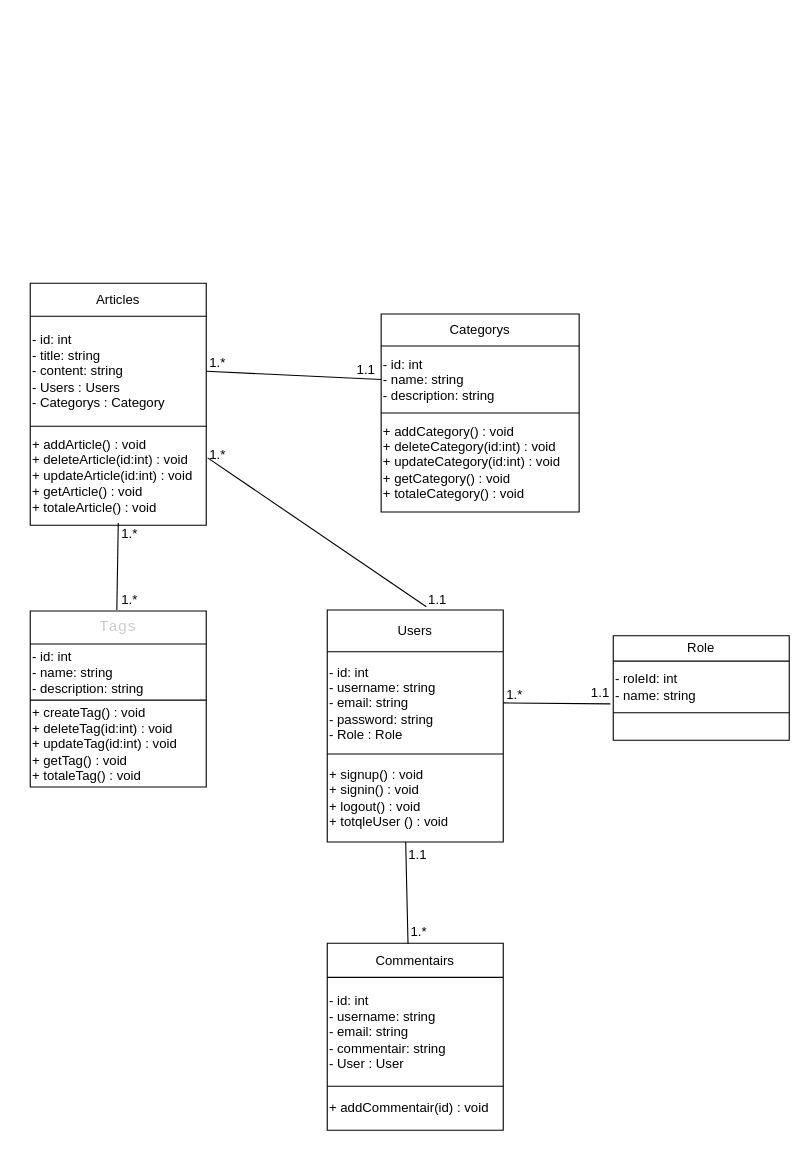
k-zakaria/ajiNt3awno keeps this draw.io diagram as uml/DiagramDeClass.drawio. Above is the earlier version. Source tidied: cells renumbered, new cells numbered last; positions are measured from the earlier drawing's top-left corner, leaving out a move shared by most shapes. Both pictures are drawn from the tidied source at 110%, with x=0, y=0 at pixel (30, 283).
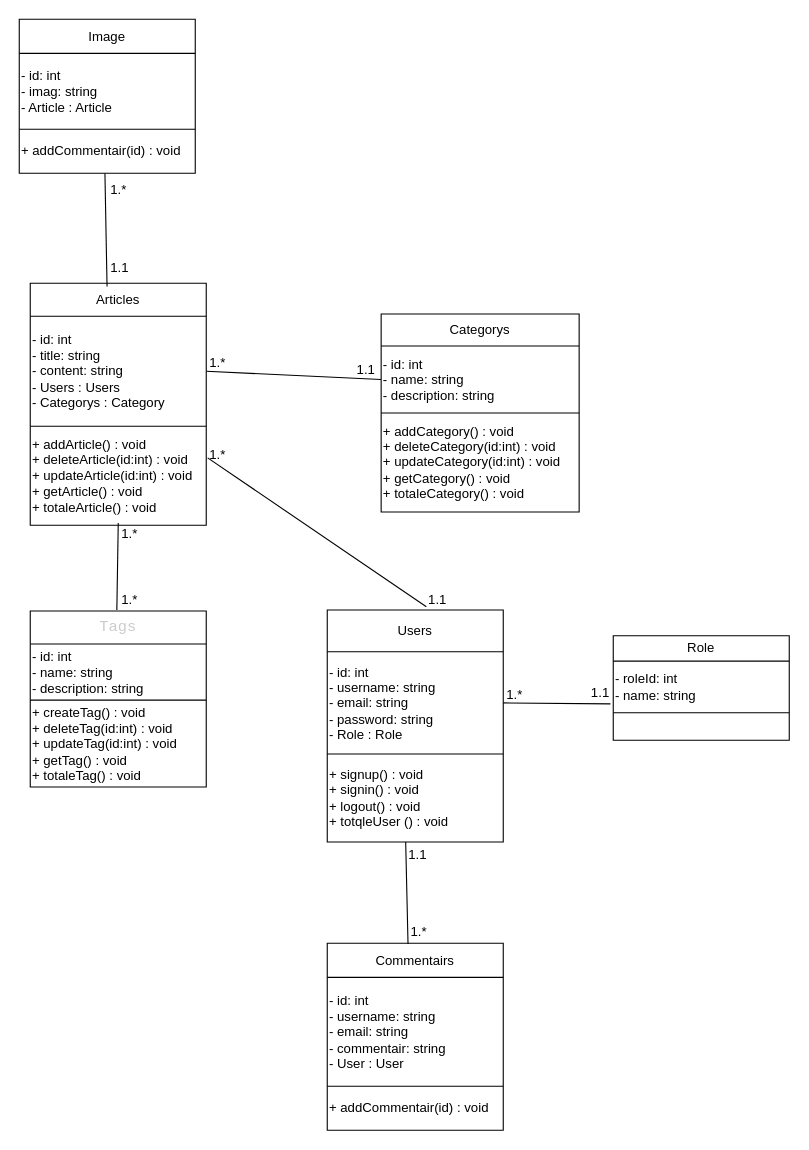
The same diagram, later.

What changed in the source:
```diff
@@
+    <mxCell id="59" style="shape=table;startSize=0;childLayout=tableLayout;" parent="1" vertex="1">
+      <mxGeometry x="-10" y="-240" width="160" height="140" as="geometry" />
+    </mxCell>
+    <mxCell id="60" style="shape=tableRow;horizontal=0;startSize=0;swimlaneHead=0;swimlaneBody=0;top=0;left=0;bottom=0;right=0;fillColor=none;" parent="59" vertex="1">
+      <mxGeometry width="160" height="31" as="geometry" />
+    </mxCell>
+    <mxCell id="61" value="Image" style="shape=partialRectangle;html=1;whiteSpace=wrap;overflow=hidden;fillColor=none;top=0;left=0;bottom=0;right=0;" parent="60" vertex="1">
+      <mxGeometry width="160" height="31" as="geometry" />
+    </mxCell>
+    <mxCell id="62" style="shape=tableRow;horizontal=0;startSize=0;swimlaneHead=0;swimlaneBody=0;top=0;left=0;bottom=0;right=0;fillColor=none;" parent="59" vertex="1">
+      <mxGeometry y="31" width="160" height="69" as="geometry" />
+    </mxCell>
+    <mxCell id="63" value="- id: int&lt;br&gt;- imag: string&lt;br&gt;- Article : Article" style="shape=partialRectangle;html=1;whiteSpace=wrap;overflow=hidden;fillColor=none;top=0;left=0;bottom=0;right=0;align=left;" parent="62" vertex="1">
+      <mxGeometry width="160" height="69" as="geometry" />
+    </mxCell>
+    <mxCell id="64" style="shape=tableRow;horizontal=0;startSize=0;swimlaneHead=0;swimlaneBody=0;top=0;left=0;bottom=0;right=0;fillColor=none;" parent="59" vertex="1">
+      <mxGeometry y="100" width="160" height="40" as="geometry" />
+    </mxCell>
+    <mxCell id="65" value="&lt;span style=&quot;&quot;&gt;+ addCommentair&lt;/span&gt;&lt;span style=&quot;&quot;&gt;(id) : void&lt;/span&gt;&lt;span style=&quot;&quot;&gt;&lt;br&gt;&lt;/span&gt;" style="shape=partialRectangle;html=1;whiteSpace=wrap;overflow=hidden;fillColor=none;top=0;left=0;bottom=0;right=0;align=left;" parent="64" vertex="1">
+      <mxGeometry width="160" height="40" as="geometry" />
+    </mxCell>
+    <mxCell id="66" style="endArrow=none;html=1;exitX=0.233;exitY=1.066;exitDx=0;exitDy=0;exitPerimeter=0;entryX=0.21;entryY=0.008;entryDx=0;entryDy=0;entryPerimeter=0;" parent="1" edge="1" source="68" target="67">
+      <mxGeometry relative="1" as="geometry" />
+    </mxCell>
+    <mxCell id="67" value="1.*" style="text;html=1;align=center;verticalAlign=middle;points=[];strokeColor=none;fillColor=none;" parent="1" vertex="1">
+      <mxGeometry x="59.5" y="-100" width="40" height="30" as="geometry" />
+    </mxCell>
+    <mxCell id="68" value="1.1" style="text;html=1;align=center;verticalAlign=middle;points=[];strokeColor=none;fillColor=none;" parent="1" vertex="1">
+      <mxGeometry x="60.5" y="-29" width="40" height="30" as="geometry" />
+    </mxCell>
```
